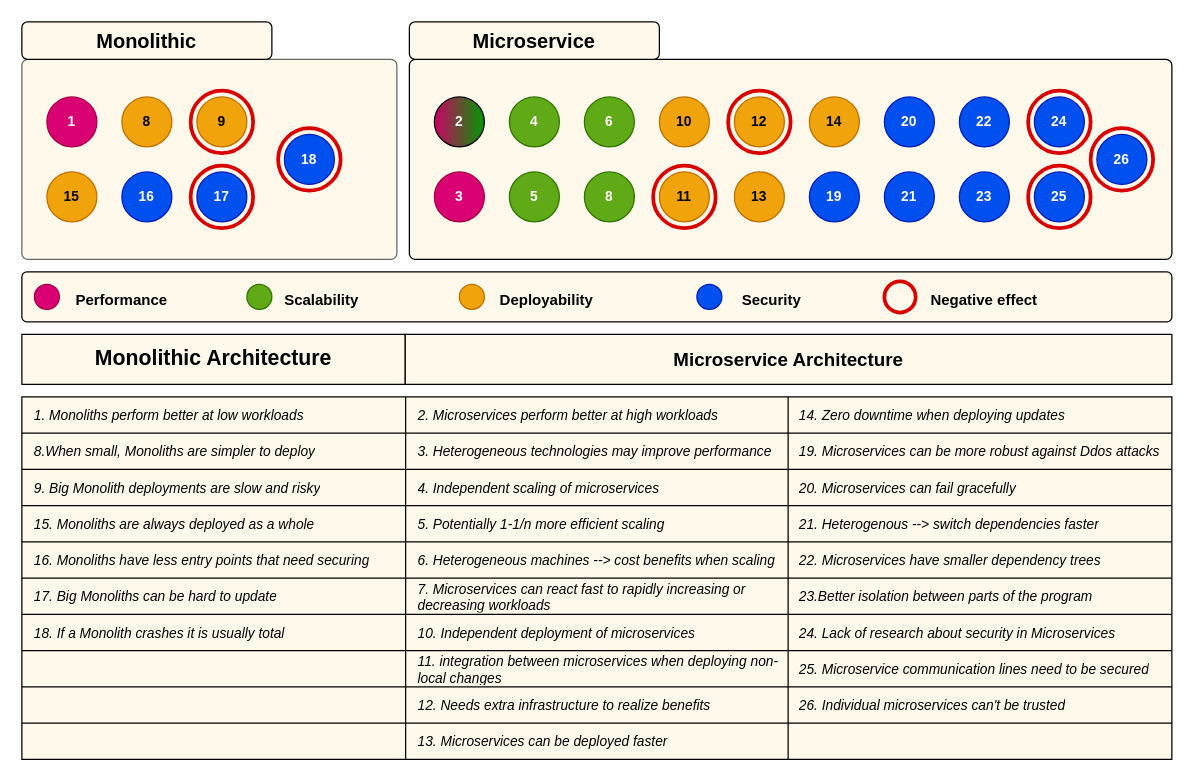
Before: Untitled Diagram.drawio in Catrovitch/Microservice-Tactics, a draw.io diagram. Source tidied: cells renumbered, new cells numbered last; positions are measured from the earlier drawing's top-left corner, leaving out a move shared by most shapes. Both pictures are drawn from the tidied source at 125%, with x=0, y=0 at pixel (21, 21).
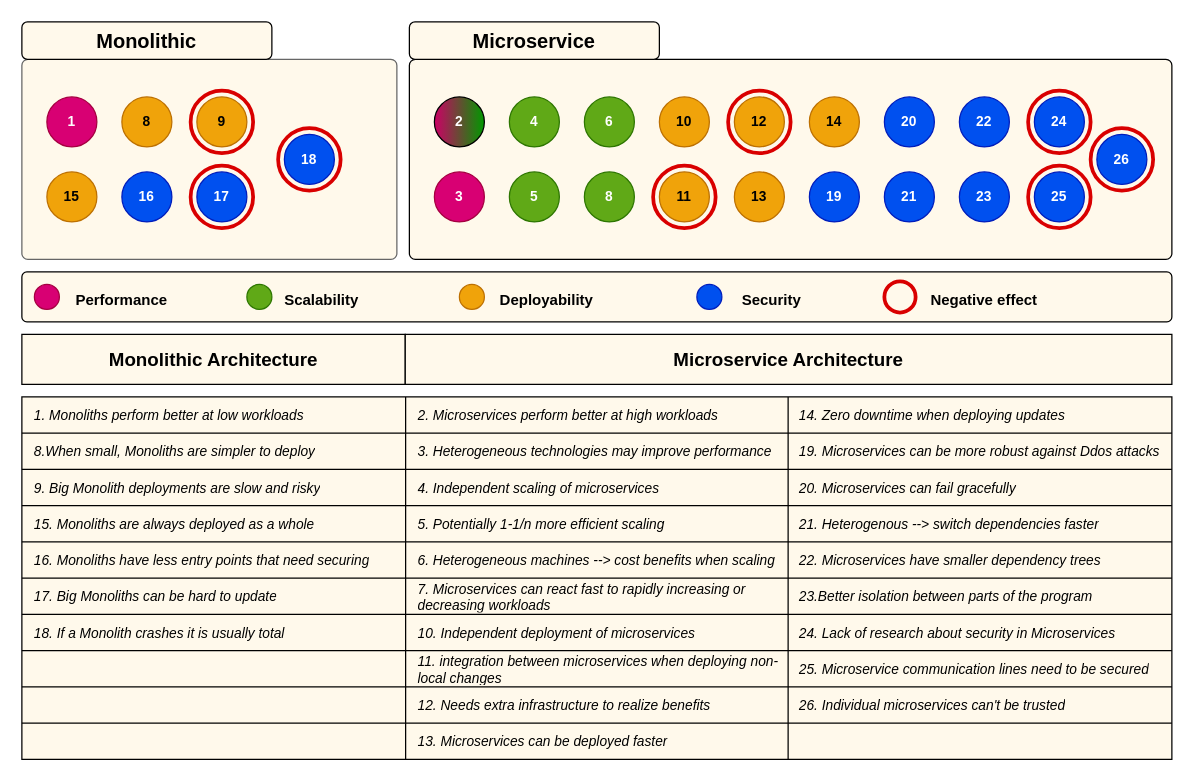
Above is the later version.

Unchanged cells that the change refers to:
```xml
<mxCell id="8" style="group;fillColor=default;" parent="1" vertex="1">
  <mxGeometry y="250" width="920" height="340" as="geometry" />
</mxCell>
```

The edit, as a diff of the source:
```diff
@@
-    <mxCell id="50" value="&lt;font size=&quot;1&quot;&gt;&lt;b style=&quot;font-size: 17px;&quot;&gt;Monolithic Architecture&lt;/b&gt;&lt;/font&gt;" style="whiteSpace=wrap;html=1;align=center;fillColor=#FFF9EB;" parent="8" vertex="1">
+    <mxCell id="50" value="&lt;font size=&quot;1&quot;&gt;&lt;b style=&quot;font-size: 15px;&quot;&gt;Monolithic Architecture&lt;/b&gt;&lt;/font&gt;" style="whiteSpace=wrap;html=1;align=center;fillColor=#FFF9EB;" parent="8" vertex="1">
       <mxGeometry width="306.7" height="40" as="geometry" />
     </mxCell>
```
